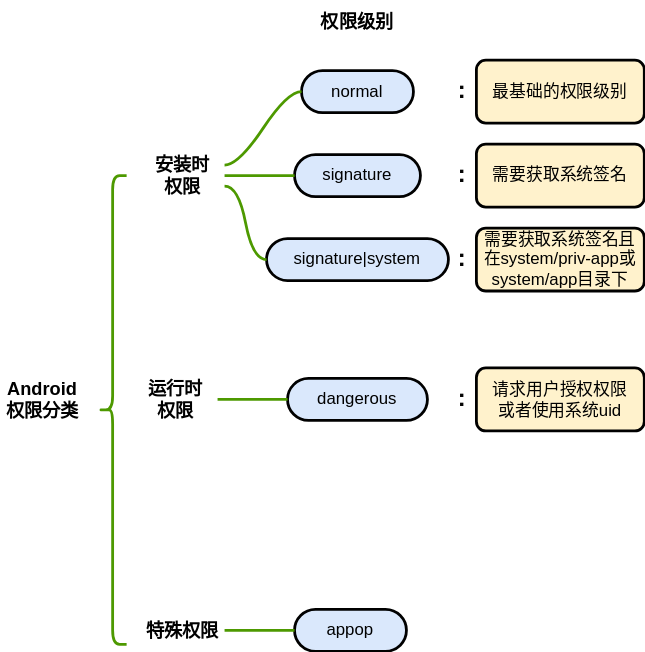
Before: images/2025-7-16-android_permission/permissons.svg, a diagram exported from draw.io (braisedp/braisedp.github.io). Source tidied: cells renumbered, new cells last; positions are measured from the earlier drawing's top-left corner, leaving out a move shared by most shapes. Its diagram source:
```xml
<mxGraphModel>
  <root>
    <mxCell id="0" />
    <mxCell id="1" parent="0" />
    <mxCell id="2" value="Android&lt;div&gt;权限分类&lt;/div&gt;" style="text;html=1;align=center;verticalAlign=middle;whiteSpace=wrap;rounded=0;fontSize=13;fontStyle=1;" parent="1" vertex="1">
      <mxGeometry y="270" width="60" height="30" as="geometry" />
    </mxCell>
    <mxCell id="3" style="shape=curlyBracket;whiteSpace=wrap;html=1;rounded=1;labelPosition=left;verticalLabelPosition=middle;align=right;verticalAlign=middle;strokeWidth=2;strokeColor=light-dark(#4D9900,#EDEDED);" parent="1" vertex="1">
      <mxGeometry x="70" y="125" width="20" height="335" as="geometry" />
    </mxCell>
    <mxCell id="4" value="安装时&lt;div&gt;权限&lt;/div&gt;" style="text;html=1;align=center;verticalAlign=middle;whiteSpace=wrap;rounded=0;fontSize=13;fontStyle=1;" parent="1" vertex="1">
      <mxGeometry x="100" y="110" width="60" height="30" as="geometry" />
    </mxCell>
    <mxCell id="5" value="运行时&lt;div&gt;权限&lt;/div&gt;" style="text;html=1;align=center;verticalAlign=middle;whiteSpace=wrap;rounded=0;fontSize=13;fontStyle=1;" parent="1" vertex="1">
      <mxGeometry x="95" y="270" width="60" height="30" as="geometry" />
    </mxCell>
    <mxCell id="6" value="normal" style="whiteSpace=wrap;html=1;rounded=1;arcSize=50;align=center;verticalAlign=middle;strokeWidth=2;spacing=4;newEdgeStyle={&quot;edgeStyle&quot;:&quot;entityRelationEdgeStyle&quot;,&quot;startArrow&quot;:&quot;none&quot;,&quot;endArrow&quot;:&quot;none&quot;,&quot;segment&quot;:10,&quot;curved&quot;:1,&quot;sourcePerimeterSpacing&quot;:0,&quot;targetPerimeterSpacing&quot;:0};fillColor=#dae8fc;strokeColor=#000000;" parent="1" vertex="1">
      <mxGeometry x="215" y="50" width="80" height="30" as="geometry" />
    </mxCell>
    <mxCell id="7" style="edgeStyle=entityRelationEdgeStyle;startArrow=none;endArrow=none;segment=10;curved=1;sourcePerimeterSpacing=0;targetPerimeterSpacing=0;exitX=1;exitY=0.25;exitDx=0;exitDy=0;strokeWidth=2;strokeColor=light-dark(#4D9900,#EDEDED);" parent="1" edge="1" source="4" target="6">
      <mxGeometry relative="1" as="geometry" />
    </mxCell>
    <mxCell id="8" value="signature" style="whiteSpace=wrap;html=1;rounded=1;arcSize=50;align=center;verticalAlign=middle;strokeWidth=2;spacing=4;newEdgeStyle={&quot;edgeStyle&quot;:&quot;entityRelationEdgeStyle&quot;,&quot;startArrow&quot;:&quot;none&quot;,&quot;endArrow&quot;:&quot;none&quot;,&quot;segment&quot;:10,&quot;curved&quot;:1,&quot;sourcePerimeterSpacing&quot;:0,&quot;targetPerimeterSpacing&quot;:0};fillColor=#dae8fc;strokeColor=#000000;" parent="1" vertex="1">
      <mxGeometry x="210" y="110" width="90" height="30" as="geometry" />
    </mxCell>
    <mxCell id="9" style="edgeStyle=entityRelationEdgeStyle;startArrow=none;endArrow=none;segment=10;curved=1;sourcePerimeterSpacing=0;targetPerimeterSpacing=0;exitX=1;exitY=0.5;exitDx=0;exitDy=0;entryX=0;entryY=0.5;entryDx=0;entryDy=0;strokeWidth=2;strokeColor=light-dark(#4D9900,#EDEDED);" parent="1" edge="1" source="4" target="8">
      <mxGeometry relative="1" as="geometry" />
    </mxCell>
    <mxCell id="10" value="signature|system" style="whiteSpace=wrap;html=1;rounded=1;arcSize=50;align=center;verticalAlign=middle;strokeWidth=2;spacing=4;newEdgeStyle={&quot;edgeStyle&quot;:&quot;entityRelationEdgeStyle&quot;,&quot;startArrow&quot;:&quot;none&quot;,&quot;endArrow&quot;:&quot;none&quot;,&quot;segment&quot;:10,&quot;curved&quot;:1,&quot;sourcePerimeterSpacing&quot;:0,&quot;targetPerimeterSpacing&quot;:0};fillColor=#dae8fc;strokeColor=light-dark(#000000, #5c79a3);" parent="1" vertex="1">
      <mxGeometry x="190" y="170" width="130" height="30" as="geometry" />
    </mxCell>
    <mxCell id="11" style="edgeStyle=entityRelationEdgeStyle;startArrow=none;endArrow=none;segment=10;curved=1;sourcePerimeterSpacing=0;targetPerimeterSpacing=0;exitX=1;exitY=0.75;exitDx=0;exitDy=0;entryX=0;entryY=0.5;entryDx=0;entryDy=0;strokeWidth=2;strokeColor=light-dark(#4D9900,#EDEDED);" parent="1" edge="1" source="4" target="10">
      <mxGeometry relative="1" as="geometry" />
    </mxCell>
    <mxCell id="12" value="dangerous" style="whiteSpace=wrap;html=1;rounded=1;arcSize=50;align=center;verticalAlign=middle;strokeWidth=2;spacing=4;newEdgeStyle={&quot;edgeStyle&quot;:&quot;entityRelationEdgeStyle&quot;,&quot;startArrow&quot;:&quot;none&quot;,&quot;endArrow&quot;:&quot;none&quot;,&quot;segment&quot;:10,&quot;curved&quot;:1,&quot;sourcePerimeterSpacing&quot;:0,&quot;targetPerimeterSpacing&quot;:0};fillColor=#dae8fc;strokeColor=#000000;" parent="1" vertex="1">
      <mxGeometry x="205" y="270" width="100" height="30" as="geometry" />
    </mxCell>
    <mxCell id="13" style="edgeStyle=entityRelationEdgeStyle;startArrow=none;endArrow=none;segment=10;curved=1;sourcePerimeterSpacing=0;targetPerimeterSpacing=0;exitX=1;exitY=0.5;exitDx=0;exitDy=0;entryX=0;entryY=0.5;entryDx=0;entryDy=0;strokeWidth=2;strokeColor=light-dark(#4D9900,#EDEDED);" parent="1" edge="1" source="5" target="12">
      <mxGeometry relative="1" as="geometry" />
    </mxCell>
    <mxCell id="14" value="特殊权限" style="text;html=1;align=center;verticalAlign=middle;whiteSpace=wrap;rounded=0;fontSize=13;fontStyle=1;" parent="1" vertex="1">
      <mxGeometry x="100" y="435" width="60" height="30" as="geometry" />
    </mxCell>
    <mxCell id="15" value="appop" style="whiteSpace=wrap;html=1;rounded=1;arcSize=50;align=center;verticalAlign=middle;strokeWidth=2;spacing=4;newEdgeStyle={&quot;edgeStyle&quot;:&quot;entityRelationEdgeStyle&quot;,&quot;startArrow&quot;:&quot;none&quot;,&quot;endArrow&quot;:&quot;none&quot;,&quot;segment&quot;:10,&quot;curved&quot;:1,&quot;sourcePerimeterSpacing&quot;:0,&quot;targetPerimeterSpacing&quot;:0};fillColor=#dae8fc;strokeColor=#000000;" parent="1" vertex="1">
      <mxGeometry x="210" y="435" width="80" height="30" as="geometry" />
    </mxCell>
    <mxCell id="16" style="edgeStyle=entityRelationEdgeStyle;startArrow=none;endArrow=none;segment=10;curved=1;sourcePerimeterSpacing=0;targetPerimeterSpacing=0;exitX=1;exitY=0.5;exitDx=0;exitDy=0;entryX=0;entryY=0.5;entryDx=0;entryDy=0;strokeWidth=2;strokeColor=light-dark(#4D9900,#EDEDED);" parent="1" edge="1" source="14" target="15">
      <mxGeometry relative="1" as="geometry">
        <Array as="points">
          <mxPoint x="160" y="460" />
        </Array>
      </mxGeometry>
    </mxCell>
    <mxCell id="17" value="权限级别" style="text;html=1;align=center;verticalAlign=middle;whiteSpace=wrap;rounded=0;fontSize=13;fontStyle=1;" parent="1" vertex="1">
      <mxGeometry x="225" width="60" height="30" as="geometry" />
    </mxCell>
    <mxCell id="18" value="最基础的权限级别" style="rounded=1;whiteSpace=wrap;html=1;fillColor=#fff2cc;strokeColor=#000000;strokeWidth=2;" parent="1" vertex="1">
      <mxGeometry x="340" y="42.5" width="120" height="45" as="geometry" />
    </mxCell>
    <mxCell id="19" value="需要获取系统签名" style="rounded=1;whiteSpace=wrap;html=1;fillColor=#fff2cc;strokeColor=#000000;strokeWidth=2;" parent="1" vertex="1">
      <mxGeometry x="340" y="102.5" width="120" height="45" as="geometry" />
    </mxCell>
    <mxCell id="20" value="需要获取系统签名且在system/priv-app或system/app目录下" style="rounded=1;whiteSpace=wrap;html=1;fillColor=#fff2cc;strokeColor=#000000;strokeWidth=2;" parent="1" vertex="1">
      <mxGeometry x="340" y="162.5" width="120" height="45" as="geometry" />
    </mxCell>
    <mxCell id="21" value="请求用户授权权限&lt;div&gt;或者使用系统uid&lt;/div&gt;" style="rounded=1;whiteSpace=wrap;html=1;fillColor=#fff2cc;strokeColor=#000000;strokeWidth=2;" parent="1" vertex="1">
      <mxGeometry x="340" y="262.5" width="120" height="45" as="geometry" />
    </mxCell>
    <mxCell id="22" value=":" style="text;html=1;align=center;verticalAlign=middle;whiteSpace=wrap;rounded=0;fontStyle=1;fontSize=17;fontColor=light-dark(#050505, #589916);" parent="1" vertex="1">
      <mxGeometry x="300" y="50" width="60" height="30" as="geometry" />
    </mxCell>
    <mxCell id="23" value=":" style="text;html=1;align=center;verticalAlign=middle;whiteSpace=wrap;rounded=0;fontStyle=1;fontSize=17;fontColor=light-dark(#050505, #589916);" parent="1" vertex="1">
      <mxGeometry x="300" y="110" width="60" height="30" as="geometry" />
    </mxCell>
    <mxCell id="24" value=":" style="text;html=1;align=center;verticalAlign=middle;whiteSpace=wrap;rounded=0;fontStyle=1;fontSize=17;fontColor=light-dark(#050505, #589916);" parent="1" vertex="1">
      <mxGeometry x="300" y="170" width="60" height="30" as="geometry" />
    </mxCell>
    <mxCell id="25" value=":" style="text;html=1;align=center;verticalAlign=middle;whiteSpace=wrap;rounded=0;fontStyle=1;fontSize=17;fontColor=light-dark(#050505, #589916);" parent="1" vertex="1">
      <mxGeometry x="300" y="270" width="60" height="30" as="geometry" />
    </mxCell>
  </root>
</mxGraphModel>
```
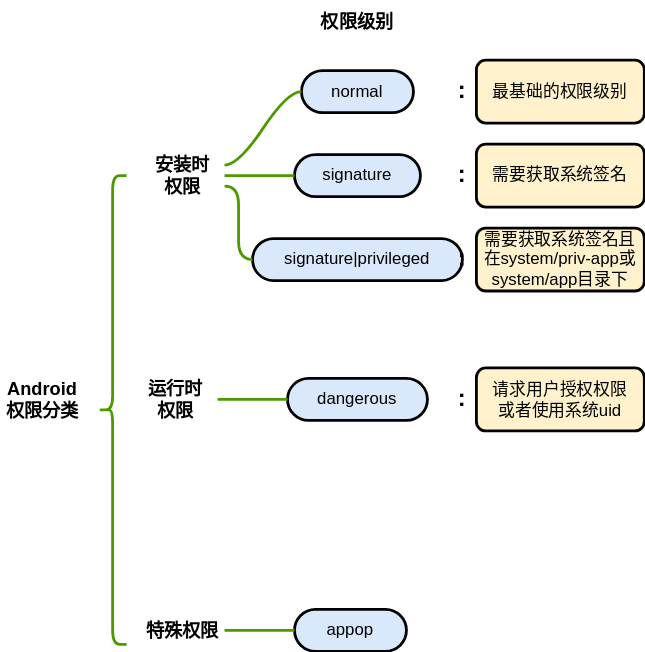
Above is the later version.

Change to the diagram source:
```diff
@@ -26,8 +26,8 @@
     <mxCell id="9" style="edgeStyle=entityRelationEdgeStyle;startArrow=none;endArrow=none;segment=10;curved=1;sourcePerimeterSpacing=0;targetPerimeterSpacing=0;exitX=1;exitY=0.5;exitDx=0;exitDy=0;entryX=0;entryY=0.5;entryDx=0;entryDy=0;strokeWidth=2;strokeColor=light-dark(#4D9900,#EDEDED);" parent="1" edge="1" source="4" target="8">
       <mxGeometry relative="1" as="geometry" />
     </mxCell>
-    <mxCell id="10" value="signature|system" style="whiteSpace=wrap;html=1;rounded=1;arcSize=50;align=center;verticalAlign=middle;strokeWidth=2;spacing=4;newEdgeStyle={&quot;edgeStyle&quot;:&quot;entityRelationEdgeStyle&quot;,&quot;startArrow&quot;:&quot;none&quot;,&quot;endArrow&quot;:&quot;none&quot;,&quot;segment&quot;:10,&quot;curved&quot;:1,&quot;sourcePerimeterSpacing&quot;:0,&quot;targetPerimeterSpacing&quot;:0};fillColor=#dae8fc;strokeColor=light-dark(#000000, #5c79a3);" parent="1" vertex="1">
-      <mxGeometry x="190" y="170" width="130" height="30" as="geometry" />
+    <mxCell id="10" value="signature|privileged" style="whiteSpace=wrap;html=1;rounded=1;arcSize=50;align=center;verticalAlign=middle;strokeWidth=2;spacing=4;newEdgeStyle={&quot;edgeStyle&quot;:&quot;entityRelationEdgeStyle&quot;,&quot;startArrow&quot;:&quot;none&quot;,&quot;endArrow&quot;:&quot;none&quot;,&quot;segment&quot;:10,&quot;curved&quot;:1,&quot;sourcePerimeterSpacing&quot;:0,&quot;targetPerimeterSpacing&quot;:0};fillColor=#dae8fc;strokeColor=light-dark(#000000, #5c79a3);" parent="1" vertex="1">
+      <mxGeometry x="180" y="170" width="150" height="30" as="geometry" />
     </mxCell>
     <mxCell id="11" style="edgeStyle=entityRelationEdgeStyle;startArrow=none;endArrow=none;segment=10;curved=1;sourcePerimeterSpacing=0;targetPerimeterSpacing=0;exitX=1;exitY=0.75;exitDx=0;exitDy=0;entryX=0;entryY=0.5;entryDx=0;entryDy=0;strokeWidth=2;strokeColor=light-dark(#4D9900,#EDEDED);" parent="1" edge="1" source="4" target="10">
       <mxGeometry relative="1" as="geometry" />
```
